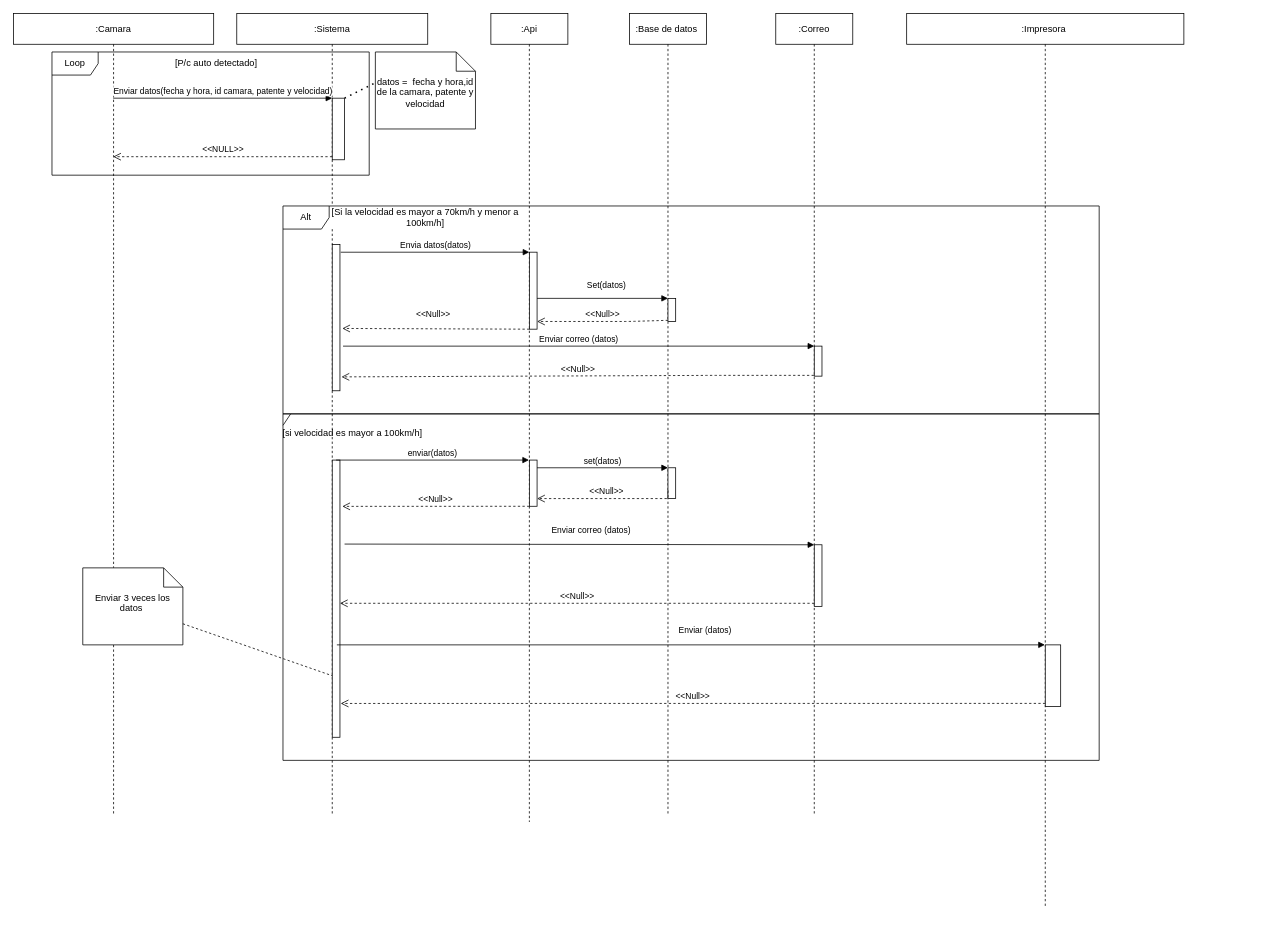
Above: diagrama/TpDiagrama.drawio in Jeanphaima/izo-isw1-tpds (draw.io), before the change. Source tidied: cells renumbered, new cells numbered last; positions are measured from the earlier drawing's top-left corner, leaving out a move shared by most shapes. Both pictures are drawn from the tidied source at 77%, with x=0, y=0 at pixel (13, 13).
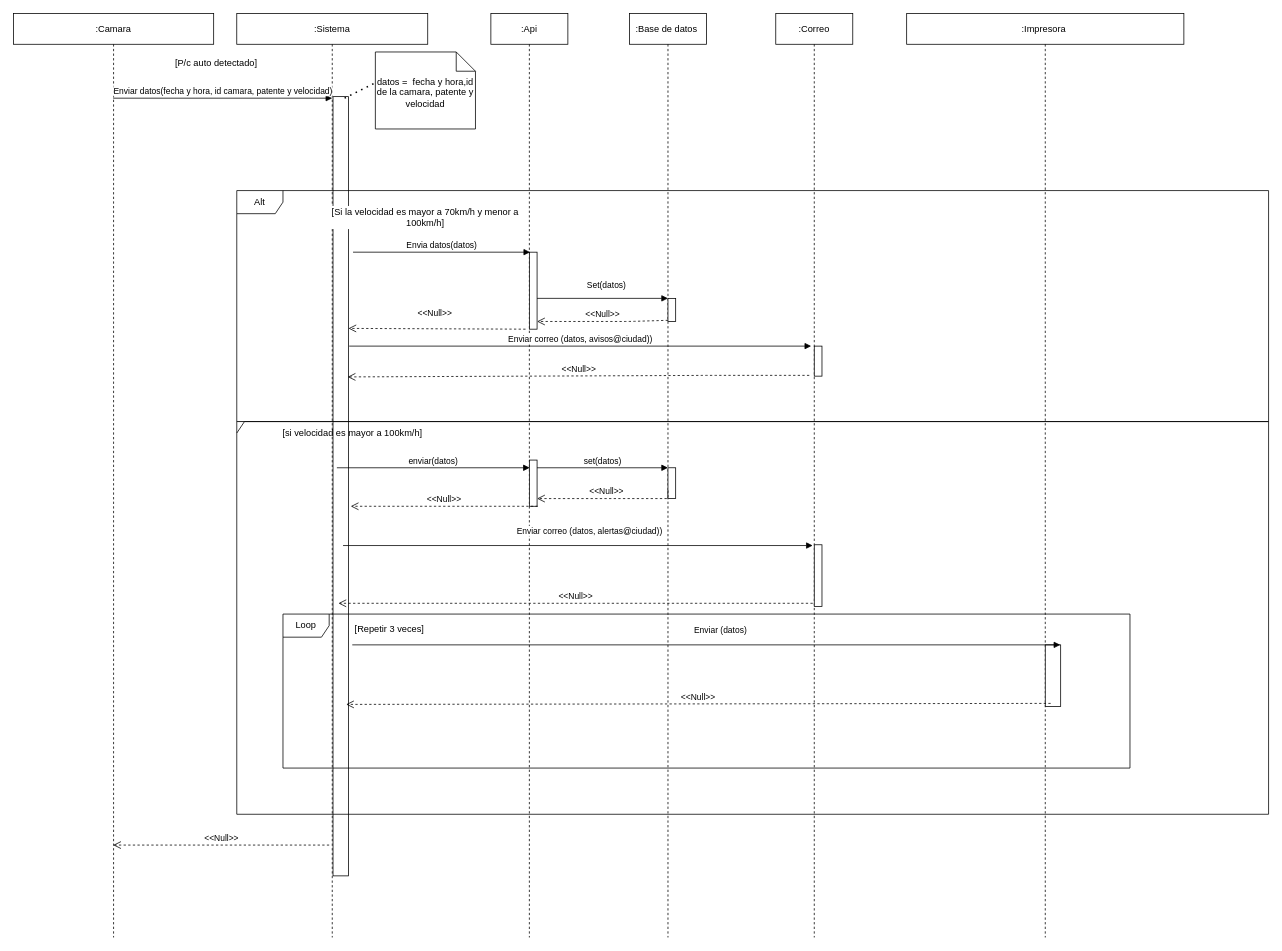
The same page after the edit.

Commit message:
Ultima modificacion

Unchanged cells that the change refers to:
```xml
<mxCell id="13" style="html=1;points=[];perimeter=orthogonalPerimeter;rounded=0;glass=0;fillColor=#FFFFFF;gradientColor=#FFFFFF;" parent="12" vertex="1">
  <mxGeometry x="50" y="310" width="10" height="100" as="geometry" />
</mxCell>
<mxCell id="22" style="html=1;points=[];perimeter=orthogonalPerimeter;" parent="21" vertex="1">
  <mxGeometry x="50" y="432" width="10" height="39" as="geometry" />
</mxCell>
<mxCell id="23" style="html=1;points=[];perimeter=orthogonalPerimeter;rounded=0;glass=0;fillColor=#FFFFFF;gradientColor=#FFFFFF;" parent="21" vertex="1">
  <mxGeometry x="50" y="690" width="10" height="80" as="geometry" />
</mxCell>
<mxCell id="34" style="html=1;points=[];perimeter=orthogonalPerimeter;rounded=0;glass=0;fillColor=#FFFFFF;gradientColor=#FFFFFF;" parent="33" vertex="1">
  <mxGeometry x="180" y="820" width="20" height="80" as="geometry" />
</mxCell>
```

Diff of the diagram source:
```diff
@@
     <mxCell id="2" value=":Camara" style="shape=umlLifeline;perimeter=lifelinePerimeter;whiteSpace=wrap;html=1;outlineConnect=0;" parent="1" vertex="1">
-      <mxGeometry width="260" height="1040" as="geometry" />
+      <mxGeometry width="260" height="1200" as="geometry" />
     </mxCell>
     <mxCell id="3" value=":Sistema" style="shape=umlLifeline;perimeter=lifelinePerimeter;whiteSpace=wrap;html=1;" parent="1" vertex="1">
-      <mxGeometry x="290" width="248" height="1040" as="geometry" />
+      <mxGeometry x="290" width="248" height="1200" as="geometry" />
     </mxCell>
@@
-    <mxCell id="5" style="html=1;points=[];perimeter=orthogonalPerimeter;rounded=0;glass=0;fillColor=#FFFFFF;gradientColor=#FFFFFF;" parent="3" vertex="1">
-      <mxGeometry x="124" y="300" width="10" height="190" as="geometry" />
-    </mxCell>
-    <mxCell id="6" style="html=1;points=[];perimeter=orthogonalPerimeter;rounded=0;glass=0;fillColor=#FFFFFF;gradientColor=#FFFFFF;" parent="3" vertex="1">
-      <mxGeometry x="124" y="580" width="10" height="360" as="geometry" />
-    </mxCell>
-    <mxCell id="7" value="Loop" style="shape=umlFrame;whiteSpace=wrap;html=1;" parent="3" vertex="1">
-      <mxGeometry x="-240" y="50" width="412" height="160" as="geometry" />
-    </mxCell>
-    <mxCell id="8" style="html=1;points=[];perimeter=orthogonalPerimeter;" parent="1" vertex="1">
-      <mxGeometry x="414" y="110" width="16" height="80" as="geometry" />
-    </mxCell>
+    <mxCell id="44" style="html=1;perimeter=orthogonalPerimeter;" parent="3" vertex="1">
+      <mxGeometry x="125" y="108" width="20" height="1012" as="geometry" />
+    </mxCell>
-    <mxCell id="9" value="Enviar datos(fecha y hora, id camara, patente y velocidad)" style="html=1;verticalAlign=bottom;endArrow=block;entryX=0;entryY=0;" parent="1" edge="1" source="2" target="8">
-      <mxGeometry relative="1" as="geometry" />
+    <mxCell id="9" value="Enviar datos(fecha y hora, id camara, patente y velocidad)" style="html=1;verticalAlign=bottom;endArrow=block;entryX=0;entryY=0;" parent="1" edge="1" source="2">
+      <mxGeometry relative="1" as="geometry">
+        <mxPoint x="414" y="110" as="targetPoint" />
+      </mxGeometry>
     </mxCell>
-    <mxCell id="10" value="&amp;lt;&amp;lt;NULL&amp;gt;&amp;gt;" style="html=1;verticalAlign=bottom;endArrow=open;dashed=1;endSize=8;exitX=0;exitY=0.95;" parent="1" edge="1" source="8" target="2">
-      <mxGeometry relative="1" as="geometry" />
-    </mxCell>
@@
     <mxCell id="12" value=":Api" style="shape=umlLifeline;perimeter=lifelinePerimeter;whiteSpace=wrap;html=1;outlineConnect=0;" parent="1" vertex="1">
-      <mxGeometry x="620" width="100" height="1050" as="geometry" />
+      <mxGeometry x="620" width="100" height="1200" as="geometry" />
     </mxCell>
@@
     <mxCell id="15" value=":Base de datos&amp;nbsp;" style="shape=umlLifeline;perimeter=lifelinePerimeter;whiteSpace=wrap;html=1;" parent="1" vertex="1">
-      <mxGeometry x="800" width="100" height="1040" as="geometry" />
+      <mxGeometry x="800" width="100" height="1200" as="geometry" />
     </mxCell>
@@
-    <mxCell id="18" value="Envia datos(datos)" style="html=1;verticalAlign=bottom;endArrow=block;exitX=1.1;exitY=0.053;exitDx=0;exitDy=0;exitPerimeter=0;" parent="1" edge="1" source="5">
+    <mxCell id="18" value="Envia datos(datos)" style="html=1;verticalAlign=bottom;endArrow=block;" parent="1" edge="1">
       <mxGeometry relative="1" as="geometry">
-        <mxPoint x="670" y="310" as="targetPoint" />
+        <mxPoint x="441" y="310" as="sourcePoint" />
+        <mxPoint x="671" y="310" as="targetPoint" />
       </mxGeometry>
     </mxCell>
@@
     <mxCell id="21" value=":Correo" style="shape=umlLifeline;perimeter=lifelinePerimeter;whiteSpace=wrap;html=1;outlineConnect=0;" parent="1" vertex="1">
-      <mxGeometry x="990" width="100" height="1040" as="geometry" />
+      <mxGeometry x="990" width="100" height="1200" as="geometry" />
     </mxCell>
@@
-    <mxCell id="24" value="Enviar correo (datos)" style="html=1;verticalAlign=bottom;endArrow=block;entryX=0;entryY=0;startArrow=none;exitX=1.4;exitY=0.695;exitDx=0;exitDy=0;exitPerimeter=0;" parent="1" edge="1" source="5" target="22">
-      <mxGeometry relative="1" as="geometry" />
+    <mxCell id="24" value="Enviar correo (datos, avisos@ciudad))" style="html=1;verticalAlign=bottom;endArrow=block;entryX=0;entryY=0;startArrow=none;" parent="1" edge="1">
+      <mxGeometry relative="1" as="geometry">
+        <mxPoint x="436" y="432" as="sourcePoint" />
+        <mxPoint x="1036" y="432" as="targetPoint" />
+      </mxGeometry>
     </mxCell>
-    <mxCell id="25" value="&amp;lt;&amp;lt;Null&amp;gt;&amp;gt;" style="html=1;verticalAlign=bottom;endArrow=open;dashed=1;endSize=8;entryX=1.2;entryY=0.905;entryDx=0;entryDy=0;entryPerimeter=0;" parent="1" edge="1" source="21" target="5">
+    <mxCell id="25" value="&amp;lt;&amp;lt;Null&amp;gt;&amp;gt;" style="html=1;verticalAlign=bottom;endArrow=open;dashed=1;endSize=8;" parent="1" edge="1">
       <mxGeometry relative="1" as="geometry">
+        <mxPoint x="1033.5" y="470" as="sourcePoint" />
+        <mxPoint x="434" y="472" as="targetPoint" />
         <Array as="points">
-          <mxPoint x="910" y="470" />
+          <mxPoint x="904" y="470" />
         </Array>
       </mxGeometry>
     </mxCell>
-    <mxCell id="26" style="endArrow=none;dashed=1;html=1;dashPattern=1 3;strokeWidth=2;rounded=0;" parent="1" edge="1" source="8">
+    <mxCell id="26" style="endArrow=none;dashed=1;html=1;dashPattern=1 3;strokeWidth=2;rounded=0;" parent="1" edge="1">
       <mxGeometry relative="1" as="geometry">
+        <mxPoint x="430" y="110" as="sourcePoint" />
         <mxPoint x="470" y="90" as="targetPoint" />
       </mxGeometry>
     </mxCell>
-    <mxCell id="27" value="&amp;lt;&amp;lt;Null&amp;gt;&amp;gt;" style="html=1;verticalAlign=bottom;endArrow=open;dashed=1;endSize=8;rounded=0;exitX=0;exitY=1;exitDx=0;exitDy=0;exitPerimeter=0;entryX=1.3;entryY=0.574;entryDx=0;entryDy=0;entryPerimeter=0;" parent="1" edge="1" source="13" target="5">
-      <mxGeometry x="0.03" y="-10" relative="1" as="geometry" />
+    <mxCell id="27" value="&amp;lt;&amp;lt;Null&amp;gt;&amp;gt;" style="html=1;verticalAlign=bottom;endArrow=open;dashed=1;endSize=8;rounded=0;exitX=0;exitY=1;exitDx=0;exitDy=0;exitPerimeter=0;" parent="1" edge="1">
+      <mxGeometry x="0.03" y="-10" relative="1" as="geometry">
+        <mxPoint x="665" y="410" as="sourcePoint" />
+        <mxPoint x="435" y="409" as="targetPoint" />
+      </mxGeometry>
     </mxCell>
@@
-    <mxCell id="32" value="&amp;lt;&amp;lt;Null&amp;gt;&amp;gt;" style="html=1;verticalAlign=bottom;endArrow=open;dashed=1;endSize=8;rounded=0;entryX=1.3;entryY=0.167;entryDx=0;entryDy=0;entryPerimeter=0;" parent="1" edge="1" target="6">
+    <mxCell id="32" value="&amp;lt;&amp;lt;Null&amp;gt;&amp;gt;" style="html=1;verticalAlign=bottom;endArrow=open;dashed=1;endSize=8;rounded=0;" parent="1" edge="1">
       <mxGeometry relative="1" as="geometry">
-        <mxPoint x="670" y="640" as="sourcePoint" />
+        <mxPoint x="681" y="640" as="sourcePoint" />
+        <mxPoint x="438" y="640" as="targetPoint" />
       </mxGeometry>
     </mxCell>
     <mxCell id="33" value=":Impresora&amp;nbsp;" style="shape=umlLifeline;perimeter=lifelinePerimeter;whiteSpace=wrap;html=1;outlineConnect=0;rounded=0;glass=0;fillColor=#FFFFFF;gradientColor=#FFFFFF;" parent="1" vertex="1">
-      <mxGeometry x="1160" width="360" height="1160" as="geometry" />
+      <mxGeometry x="1160" width="360" height="1200" as="geometry" />
     </mxCell>
@@
-    <mxCell id="35" style="shape=umlFrame;whiteSpace=wrap;html=1;rounded=0;glass=0;fillColor=#FFFFFF;gradientColor=#FFFFFF;width=10;height=15;" parent="33" vertex="1">
-      <mxGeometry x="-810" y="520" width="1060" height="450" as="geometry" />
-    </mxCell>
-    <mxCell id="36" value="Enviar (datos)" style="html=1;verticalAlign=bottom;endArrow=block;rounded=0;" parent="1" edge="1" target="33">
+    <mxCell id="36" value="Enviar (datos)" style="html=1;verticalAlign=bottom;endArrow=block;rounded=0;" parent="1" edge="1">
       <mxGeometry x="0.04" y="10" relative="1" as="geometry">
-        <mxPoint x="420" y="820" as="sourcePoint" />
+        <mxPoint x="440" y="820" as="sourcePoint" />
+        <mxPoint x="1359.5" y="820" as="targetPoint" />
       </mxGeometry>
     </mxCell>
-    <mxCell id="37" value="&amp;lt;&amp;lt;Null&amp;gt;&amp;gt;" style="html=1;verticalAlign=bottom;endArrow=open;dashed=1;endSize=8;exitX=0;exitY=0.95;rounded=0;entryX=1.1;entryY=0.878;entryDx=0;entryDy=0;entryPerimeter=0;" parent="1" edge="1" source="34" target="6">
-      <mxGeometry relative="1" as="geometry" />
+    <mxCell id="37" value="&amp;lt;&amp;lt;Null&amp;gt;&amp;gt;" style="html=1;verticalAlign=bottom;endArrow=open;dashed=1;endSize=8;exitX=0;exitY=0.95;rounded=0;entryX=1.1;entryY=0.878;entryDx=0;entryDy=0;entryPerimeter=0;" parent="1" edge="1">
+      <mxGeometry relative="1" as="geometry">
+        <mxPoint x="1347" y="896" as="sourcePoint" />
+        <mxPoint x="432" y="897.3" as="targetPoint" />
+      </mxGeometry>
     </mxCell>
-    <mxCell id="38" value="enviar(datos)" style="html=1;verticalAlign=bottom;endArrow=block;rounded=0;exitX=0.5;exitY=0;exitDx=0;exitDy=0;exitPerimeter=0;" parent="1" edge="1" source="6" target="12">
-      <mxGeometry relative="1" as="geometry" />
+    <mxCell id="38" value="enviar(datos)" style="html=1;verticalAlign=bottom;endArrow=block;rounded=0;exitX=0.5;exitY=0;exitDx=0;exitDy=0;exitPerimeter=0;" parent="1" edge="1">
+      <mxGeometry relative="1" as="geometry">
+        <mxPoint x="420" y="590" as="sourcePoint" />
+        <mxPoint x="670.5" y="590" as="targetPoint" />
+      </mxGeometry>
     </mxCell>
-    <mxCell id="39" value="&amp;lt;&amp;lt;Null&amp;gt;&amp;gt;" style="html=1;verticalAlign=bottom;endArrow=open;dashed=1;endSize=8;exitX=0;exitY=0.95;rounded=0;" parent="1" edge="1" source="23" target="6">
-      <mxGeometry relative="1" as="geometry" />
+    <mxCell id="39" value="&amp;lt;&amp;lt;Null&amp;gt;&amp;gt;" style="html=1;verticalAlign=bottom;endArrow=open;dashed=1;endSize=8;exitX=0;exitY=0.95;rounded=0;" parent="1" edge="1">
+      <mxGeometry relative="1" as="geometry">
+        <mxPoint x="1038" y="766" as="sourcePoint" />
+        <mxPoint x="422" y="766" as="targetPoint" />
+      </mxGeometry>
     </mxCell>
-    <mxCell id="40" value="Enviar correo (datos)" style="html=1;verticalAlign=bottom;endArrow=block;entryX=0;entryY=0;rounded=0;exitX=1.6;exitY=0.303;exitDx=0;exitDy=0;exitPerimeter=0;" parent="1" edge="1" source="6" target="23">
-      <mxGeometry x="0.05" y="10" relative="1" as="geometry" />
+    <mxCell id="40" value="Enviar correo (datos, alertas@ciudad))" style="html=1;verticalAlign=bottom;endArrow=block;entryX=0;entryY=0;rounded=0;" parent="1" edge="1">
+      <mxGeometry x="0.05" y="10" relative="1" as="geometry">
+        <mxPoint x="428" y="691" as="sourcePoint" />
+        <mxPoint x="1038" y="691" as="targetPoint" />
+      </mxGeometry>
     </mxCell>
-    <mxCell id="41" value="Enviar 3 veces los datos&amp;nbsp;" style="shape=note2;boundedLbl=1;whiteSpace=wrap;html=1;size=25;verticalAlign=top;align=center;" parent="1" vertex="1">
-      <mxGeometry x="90" y="720" width="130" height="100" as="geometry" />
-    </mxCell>
-    <mxCell id="42" style="endArrow=none;dashed=1;html=1;rounded=0;entryX=0;entryY=0.778;entryDx=0;entryDy=0;entryPerimeter=0;" parent="1" edge="1" source="41" target="6">
-      <mxGeometry relative="1" as="geometry" />
-    </mxCell>
     <mxCell id="43" value="Alt" style="shape=umlFrame;whiteSpace=wrap;html=1;fillColor=#FFFFFF;gradientColor=#FFFFFF;" parent="1" vertex="1">
-      <mxGeometry x="350" y="250" width="1060" height="270" as="geometry" />
+      <mxGeometry x="290" y="230" width="1340" height="300" as="geometry" />
     </mxCell>
+    <mxCell id="35" style="shape=umlFrame;whiteSpace=wrap;html=1;rounded=0;glass=0;fillColor=#FFFFFF;gradientColor=#FFFFFF;width=10;height=15;" parent="1" vertex="1">
+      <mxGeometry x="290" y="530" width="1340" height="510" as="geometry" />
+    </mxCell>
+    <mxCell id="7" value="Loop" style="shape=umlFrame;whiteSpace=wrap;html=1;" parent="1" vertex="1">
+      <mxGeometry x="350" y="780" width="1100" height="200" as="geometry" />
+    </mxCell>
+    <mxCell id="45" value="[Repetir 3 veces]" style="text;html=1;align=center;verticalAlign=middle;" parent="1" vertex="1">
+      <mxGeometry x="433" y="790" width="110" height="20" as="geometry" />
+    </mxCell>
+    <mxCell id="46" value="&amp;lt;&amp;lt;Null&amp;gt;&amp;gt;" style="html=1;verticalAlign=bottom;endArrow=open;dashed=1;endSize=8;" parent="1" edge="1" target="2">
+      <mxGeometry relative="1" as="geometry">
+        <mxPoint x="410" y="1080" as="sourcePoint" />
+      </mxGeometry>
+    </mxCell>
```
